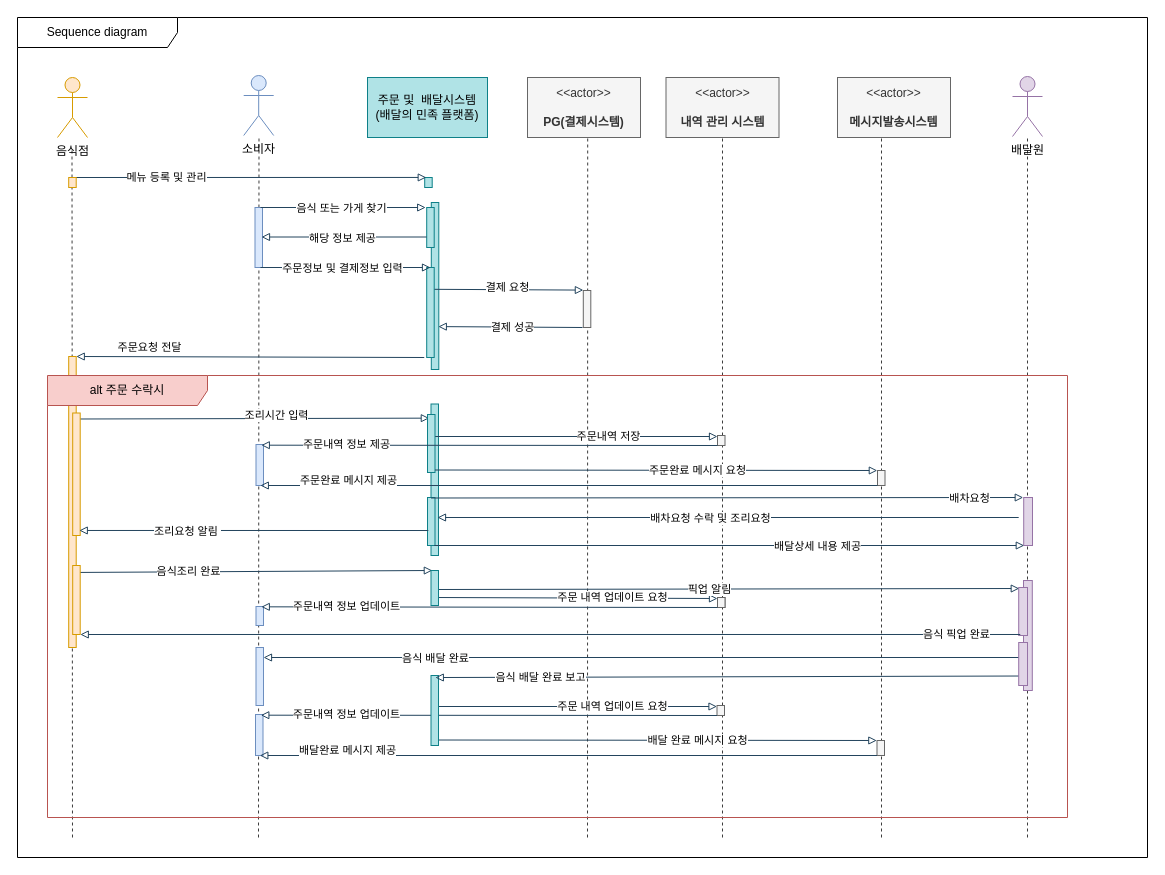
This is page "페이지-3" (3 of 3) of 소웨공 기말.drawio from hyun10144/Lecture3-1, a draw.io file, before an edit. Source tidied: cells renumbered, new cells numbered last; positions are measured from the earlier drawing's top-left corner, leaving out a move shared by most shapes. Both pictures are drawn from the tidied source at 100%, with x=0, y=0 at pixel (17, 17).
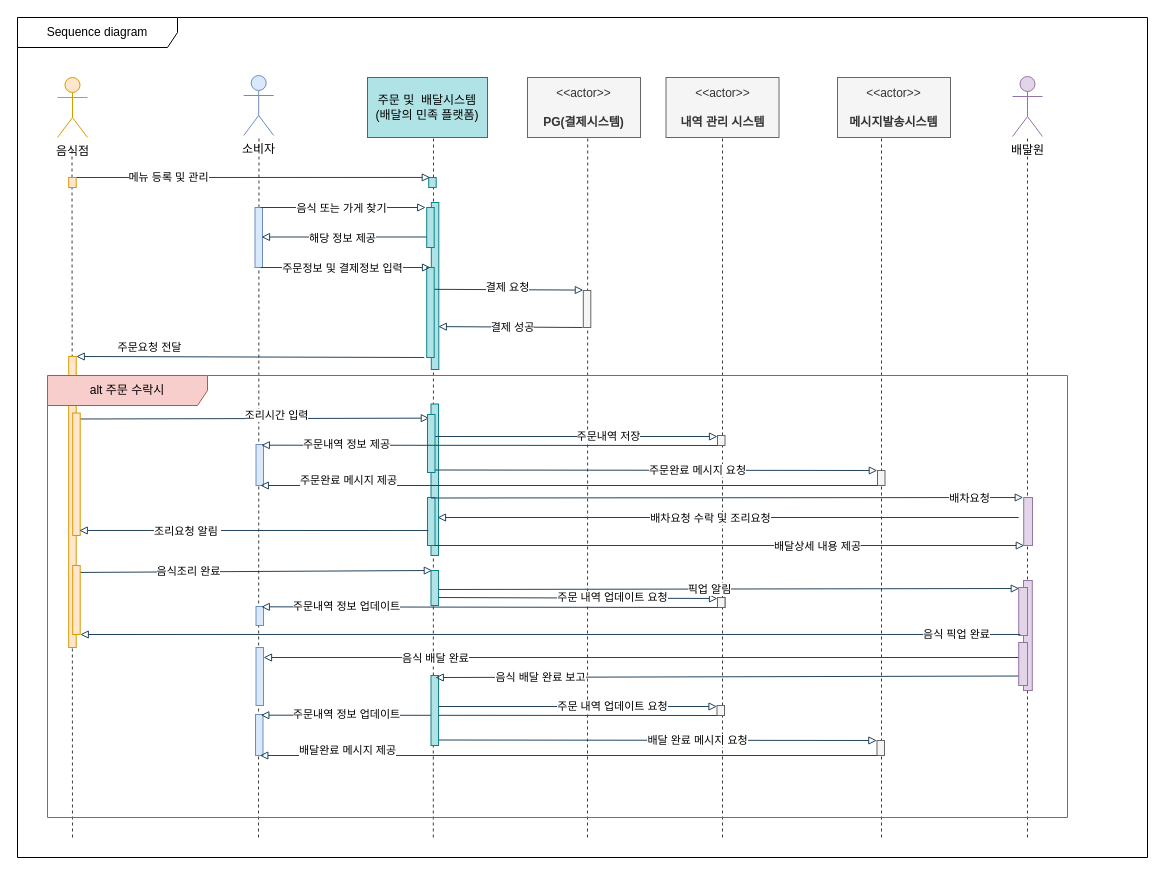
The same diagram, later.

The change refers to these unchanged cells:
```xml
<mxCell id="2" value="Sequence diagram" style="shape=umlFrame;whiteSpace=wrap;html=1;width=160;" parent="1" vertex="1">
  <mxGeometry width="1130" height="840" as="geometry" />
</mxCell>
```

Change to the diagram source:
```diff
@@
+    <mxCell id="100" style="endArrow=none;dashed=1;html=1;strokeWidth=1;rounded=0;entryX=0.5;entryY=1;entryDx=0;entryDy=0;strokeColor=#3d3d3d;" parent="2" edge="1">
+      <mxGeometry relative="1" as="geometry">
+        <mxPoint x="415.8" y="820" as="sourcePoint" />
+        <mxPoint x="416" y="120" as="targetPoint" />
+      </mxGeometry>
+    </mxCell>
@@
     <mxCell id="78" style="html=1;points=[];perimeter=orthogonalPerimeter;fillColor=#b0e3e6;strokeColor=#0e8088;" parent="2" vertex="1">
-      <mxGeometry x="407.2" y="160" width="7.5" height="10" as="geometry" />
+      <mxGeometry x="411.2" y="160" width="7.5" height="10" as="geometry" />
     </mxCell>
```
